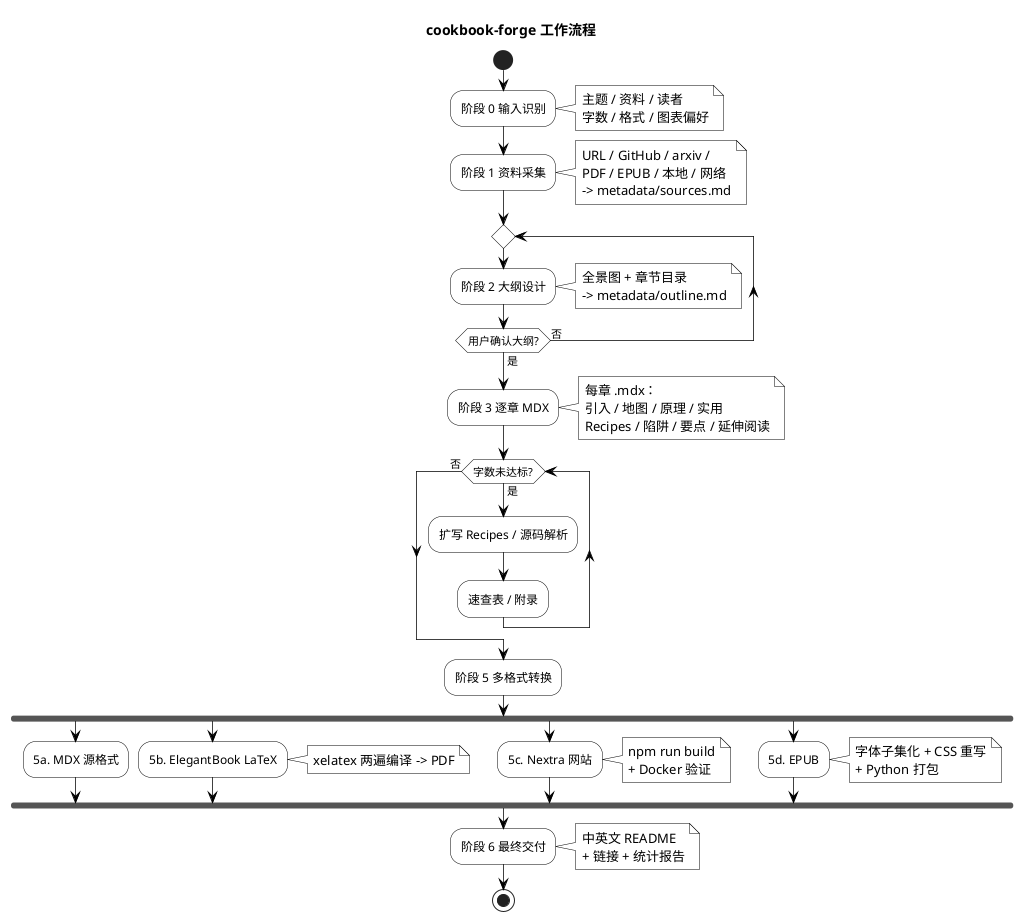
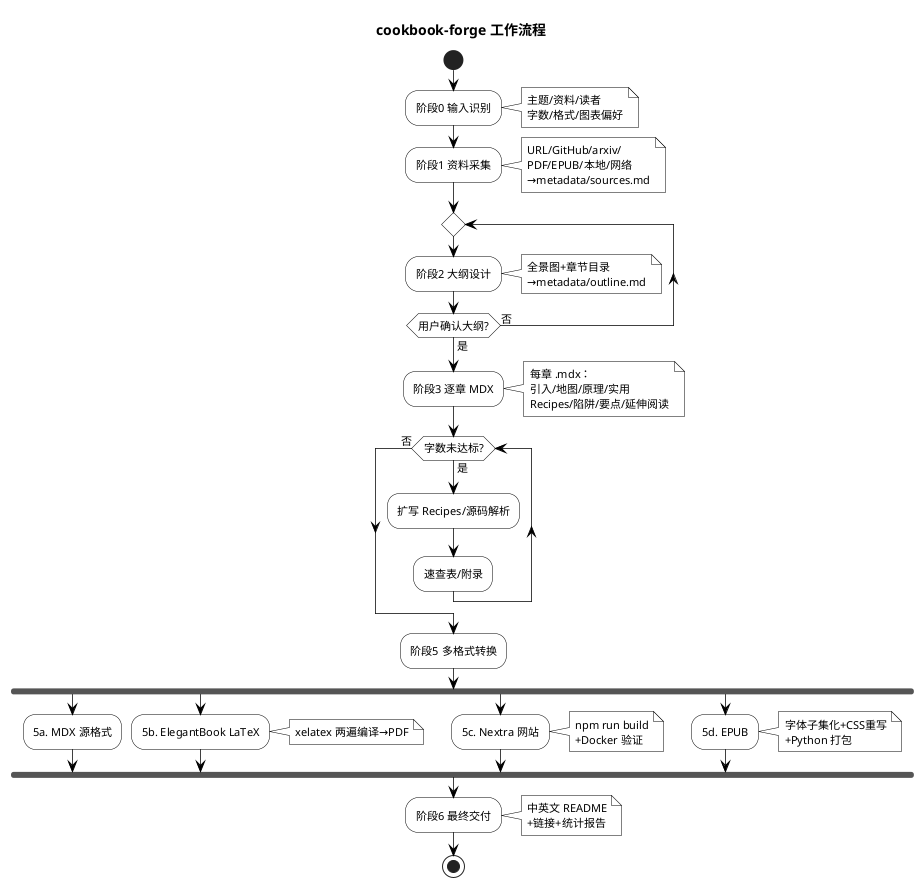
@startuml
skinparam monochrome true
skinparam shadowing false
skinparam backgroundColor #FFFFFF
skinparam defaultFontColor #000000
skinparam defaultFontName "WenQuanYi Micro Hei"
+ skinparam defaultFontSize 11
skinparam NoteBackgroundColor #FFFFFF
skinparam NoteBorderColor #000000
skinparam ActivityBackgroundColor #FFFFFF
skinparam ActivityBorderColor #000000
skinparam ActivityDiamondBackgroundColor #FFFFFF
skinparam ActivityDiamondBorderColor #000000
skinparam ArrowColor #000000
skinparam ArrowThickness 0.75
skinparam ActivityRoundCorner 10

title cookbook-forge 工作流程

start
- :阶段 0 输入识别;
+ :阶段0 输入识别;
note right
-   主题 / 资料 / 读者
-   字数 / 格式 / 图表偏好
+   主题/资料/读者
+   字数/格式/图表偏好
end note
- :阶段 1 资料采集;
+ :阶段1 资料采集;
note right
-   URL / GitHub / arxiv /
-   PDF / EPUB / 本地 / 网络
-   -> metadata/sources.md
+   URL/GitHub/arxiv/
+   PDF/EPUB/本地/网络
+   →metadata/sources.md
end note
repeat
-   :阶段 2 大纲设计;
+   :阶段2 大纲设计;
  note right
-     全景图 + 章节目录
-     -> metadata/outline.md
+     全景图+章节目录
+     →metadata/outline.md
  end note
repeat while (用户确认大纲?) is (否) not (是)
- :阶段 3 逐章 MDX;
+ :阶段3 逐章 MDX;
note right
  每章 .mdx：
-   引入 / 地图 / 原理 / 实用
-   Recipes / 陷阱 / 要点 / 延伸阅读
+   引入/地图/原理/实用
+   Recipes/陷阱/要点/延伸阅读
end note
while (字数未达标?) is (是)
-   :扩写 Recipes / 源码解析;
-   :速查表 / 附录;
+   :扩写 Recipes/源码解析;
+   :速查表/附录;
endwhile (否)
- :阶段 5 多格式转换;
+ :阶段5 多格式转换;
fork
  :5a. MDX 源格式;
fork again
  :5b. ElegantBook LaTeX;
  note right
-     xelatex 两遍编译 -> PDF
+     xelatex 两遍编译→PDF
  end note
fork again
  :5c. Nextra 网站;
  note right
    npm run build
-     + Docker 验证
+     +Docker 验证
  end note
fork again
  :5d. EPUB;
  note right
-     字体子集化 + CSS 重写
-     + Python 打包
+     字体子集化+CSS重写
+     +Python 打包
  end note
end fork
- :阶段 6 最终交付;
+ :阶段6 最终交付;
note right
  中英文 README
-   + 链接 + 统计报告
+   +链接+统计报告
end note
stop
@enduml
